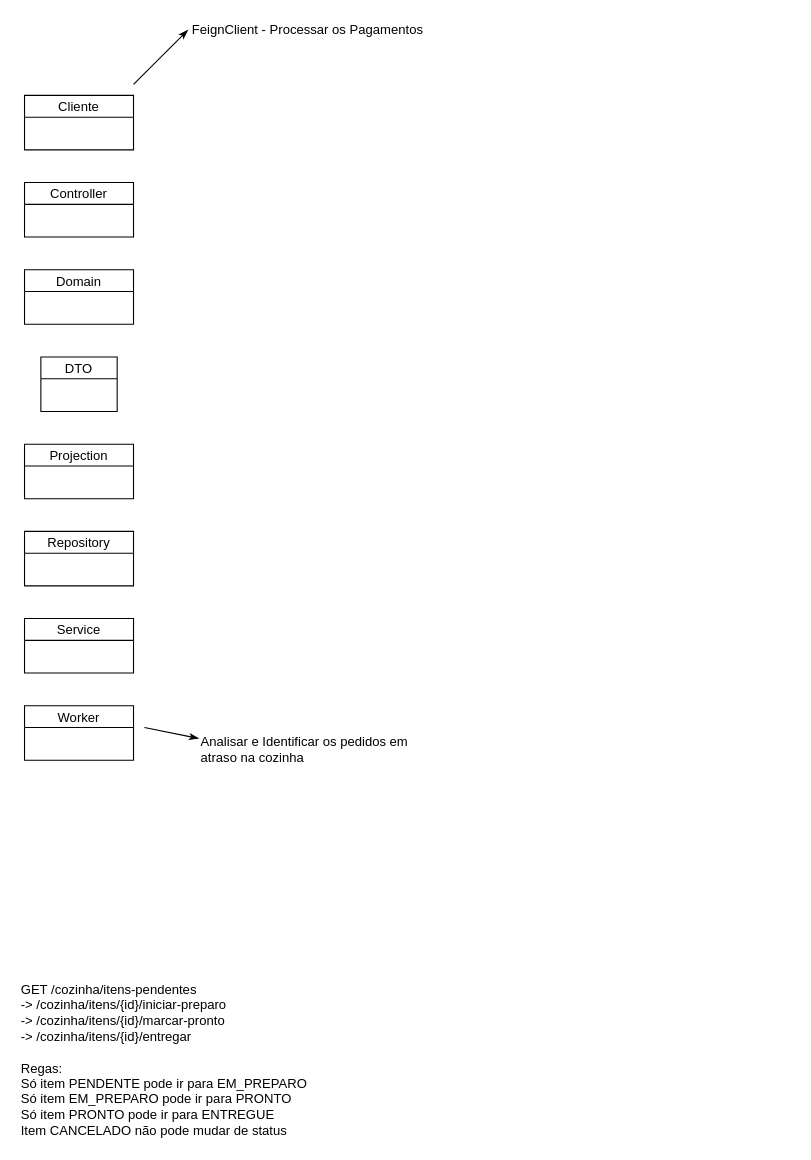
This is page "Recursos" (1 of 2) of diagrama_projeto_restaurante.drawio from llucascr/restaurant, a draw.io file, before an edit. Source tidied: cells renumbered, new cells numbered last; positions are measured from the earlier drawing's top-left corner, leaving out a move shared by most shapes. Both pictures are drawn from the tidied source at 109%, with x=0, y=0 at pixel (19, 19).
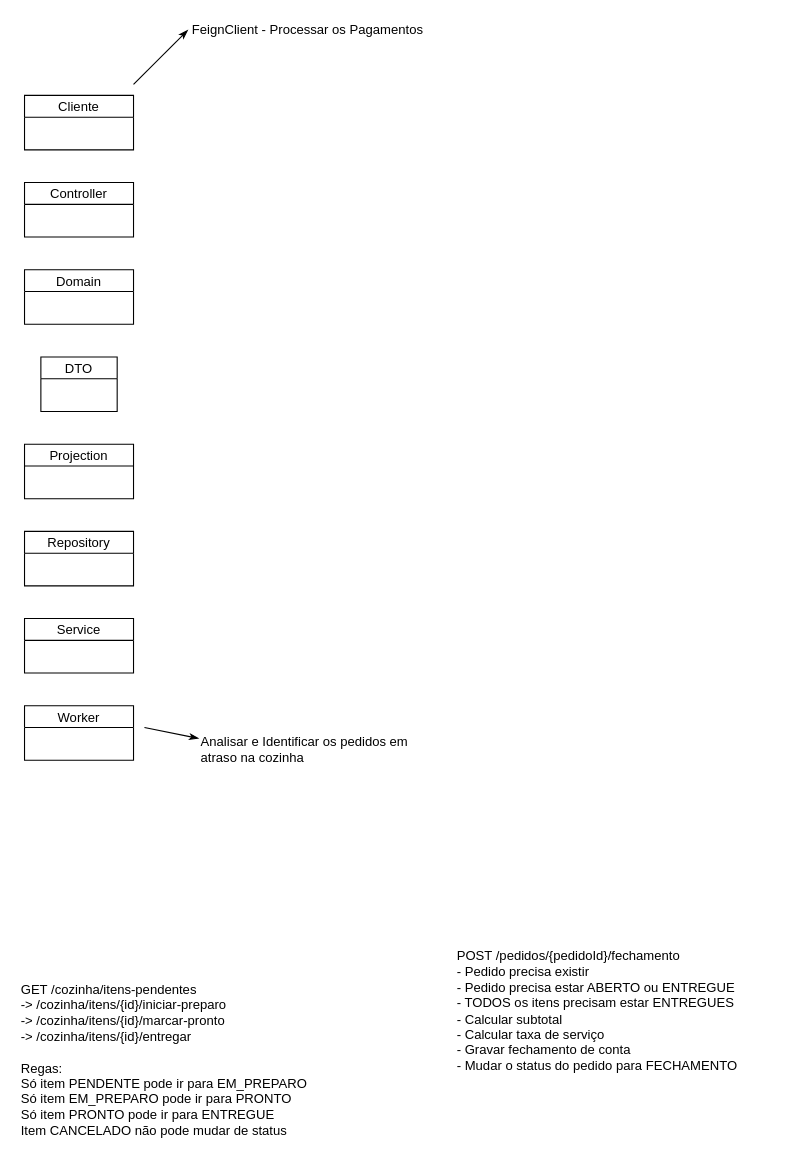
After the change.

Commit message (it also covers changes not shown here):
feat: Implementa metodos de Fechamento de conta POST e GET

The edit, as a diff of the source:
```diff
@@
 <mxGraphModel>
   <root>
     <mxCell id="0" />
     <mxCell id="1" parent="0" />
     <mxCell id="2" value="Cliente" style="swimlane;fontStyle=0;horizontal=1;startSize=20;fillColor=#ffffff;swimlaneFillColor=#ffffff;" parent="1" vertex="1">
       <mxGeometry x="5" y="70" width="100" height="50" as="geometry" />
     </mxCell>
     <mxCell id="3" style="endArrow=classicThin;html=1;rounded=0;endFill=1;" parent="1" edge="1">
       <mxGeometry relative="1" as="geometry">
         <mxPoint x="105" y="60" as="sourcePoint" />
         <mxPoint x="155" y="10" as="targetPoint" />
       </mxGeometry>
     </mxCell>
     <mxCell id="4" value="FeignClient - Processar os Pagamentos" style="text;html=1;whiteSpace=wrap;strokeColor=none;fillColor=none;align=center;verticalAlign=middle;rounded=0;" parent="1" vertex="1">
       <mxGeometry x="145" width="240" height="20" as="geometry" />
     </mxCell>
     <mxCell id="5" value="Controller" style="swimlane;fontStyle=0;horizontal=1;startSize=20;fillColor=#ffffff;swimlaneFillColor=#ffffff;" parent="1" vertex="1">
       <mxGeometry x="5" y="150" width="100" height="50" as="geometry" />
     </mxCell>
     <mxCell id="6" value="Domain" style="swimlane;fontStyle=0;horizontal=1;startSize=20;fillColor=#ffffff;swimlaneFillColor=#ffffff;" parent="1" vertex="1">
       <mxGeometry x="5" y="230" width="100" height="50" as="geometry" />
     </mxCell>
     <mxCell id="7" value="DTO" style="swimlane;fontStyle=0;horizontal=1;startSize=20;fillColor=#ffffff;swimlaneFillColor=#ffffff;" parent="1" vertex="1">
       <mxGeometry x="20" y="310" width="70" height="50" as="geometry" />
     </mxCell>
     <mxCell id="8" value="Projection" style="swimlane;fontStyle=0;horizontal=1;startSize=20;fillColor=#ffffff;swimlaneFillColor=#ffffff;" parent="1" vertex="1">
       <mxGeometry x="5" y="390" width="100" height="50" as="geometry" />
     </mxCell>
     <mxCell id="9" value="Repository" style="swimlane;fontStyle=0;horizontal=1;startSize=20;fillColor=#ffffff;swimlaneFillColor=#ffffff;" parent="1" vertex="1">
       <mxGeometry x="5" y="470" width="100" height="50" as="geometry" />
     </mxCell>
     <mxCell id="10" value="Service" style="swimlane;fontStyle=0;horizontal=1;startSize=20;fillColor=#ffffff;swimlaneFillColor=#ffffff;" parent="1" vertex="1">
       <mxGeometry x="5" y="550" width="100" height="50" as="geometry" />
     </mxCell>
     <mxCell id="11" value="Worker" style="swimlane;fontStyle=0;horizontal=1;startSize=20;fillColor=#ffffff;swimlaneFillColor=#ffffff;" parent="1" vertex="1">
       <mxGeometry x="5" y="630" width="100" height="50" as="geometry" />
     </mxCell>
     <mxCell id="12" style="endArrow=classicThin;html=1;rounded=0;endFill=1;" parent="1" edge="1">
       <mxGeometry relative="1" as="geometry">
         <mxPoint x="115" y="650" as="sourcePoint" />
         <mxPoint x="165" y="660" as="targetPoint" />
       </mxGeometry>
     </mxCell>
     <mxCell id="13" value="Analisar e Identificar os pedidos em atraso na cozinha" style="text;html=1;whiteSpace=wrap;strokeColor=none;fillColor=none;align=left;verticalAlign=middle;rounded=0;" parent="1" vertex="1">
       <mxGeometry x="165" y="650" width="220" height="40" as="geometry" />
     </mxCell>
     <mxCell id="14" value="GET /cozinha/itens-pendentes&lt;div&gt;-&amp;gt; /cozinha/itens/{id}/iniciar-preparo&lt;/div&gt;&lt;div&gt;-&amp;gt;&amp;nbsp;&lt;span style=&quot;background-color: transparent; color: light-dark(rgb(0, 0, 0), rgb(255, 255, 255));&quot;&gt;/cozinha/itens/{id}/marcar-pronto&lt;/span&gt;&lt;/div&gt;&lt;div&gt;&lt;span style=&quot;background-color: transparent; color: light-dark(rgb(0, 0, 0), rgb(255, 255, 255));&quot;&gt;-&amp;gt;&amp;nbsp;&lt;/span&gt;&lt;span style=&quot;background-color: transparent; color: light-dark(rgb(0, 0, 0), rgb(255, 255, 255));&quot;&gt;/cozinha/itens/{id}/entregar&lt;/span&gt;&lt;/div&gt;&lt;div&gt;&lt;span style=&quot;background-color: transparent; color: light-dark(rgb(0, 0, 0), rgb(255, 255, 255));&quot;&gt;&lt;br&gt;&lt;/span&gt;&lt;/div&gt;&lt;div&gt;Regas:&lt;/div&gt;&lt;div&gt;Só item PENDENTE pode ir para EM_PREPARO&lt;/div&gt;&lt;div&gt;Só item EM_PREPARO pode ir para PRONTO&lt;/div&gt;&lt;div&gt;Só item PRONTO pode ir para ENTREGUE&lt;/div&gt;&lt;div&gt;Item CANCELADO não pode mudar de status&amp;nbsp;&lt;/div&gt;" style="text;html=1;whiteSpace=wrap;strokeColor=none;fillColor=none;align=left;verticalAlign=middle;rounded=0;" parent="1" vertex="1">
       <mxGeometry y="880" width="275" height="150" as="geometry" />
     </mxCell>
+    <mxCell id="15" value="POST /pedidos/{pedidoId}/fechamento&lt;div&gt;- Pedido precisa existir&lt;/div&gt;&lt;div&gt;- Pedido precisa estar ABERTO ou ENTREGUE&lt;/div&gt;&lt;div&gt;- TODOS os itens precisam estar ENTREGUES&lt;/div&gt;&lt;div&gt;- Calcular subtotal&lt;/div&gt;&lt;div&gt;- Calcular taxa de serviço&lt;/div&gt;&lt;div&gt;- Gravar fechamento de conta&lt;/div&gt;&lt;div&gt;- Mudar o status do pedido para FECHAMENTO&lt;/div&gt;" style="text;html=1;whiteSpace=wrap;strokeColor=none;fillColor=none;align=left;verticalAlign=middle;rounded=0;" parent="1" vertex="1">
+      <mxGeometry x="400" y="820" width="310" height="180" as="geometry" />
+    </mxCell>
   </root>
 </mxGraphModel>
```
